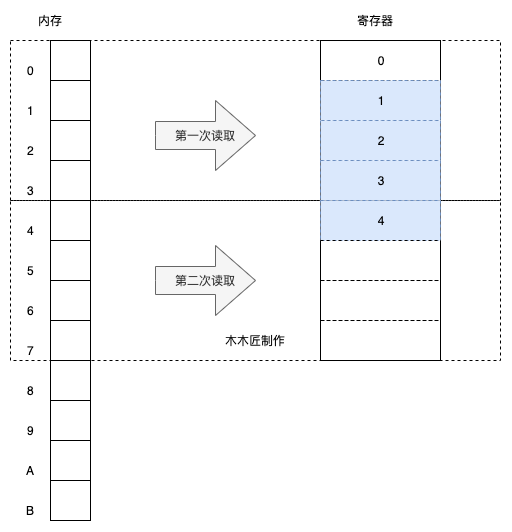
kinglaw1204/blogImage keeps this draw.io diagram as Java对象内存占用/内存对齐-内存读取过程.png. Above is the earlier version. Source tidied: cells renumbered, new cells last; positions are measured from the earlier drawing's top-left corner, leaving out a move shared by most shapes.
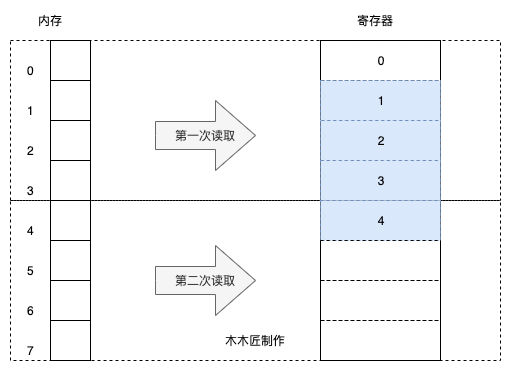
Later version of the same file.

The edit, as a diff of the source:
```diff
@@ -50,30 +50,6 @@
     <mxCell id="17" value="7" style="text;html=1;align=center;verticalAlign=middle;fillColor=none;strokeColor=none;rounded=0;" parent="1" vertex="1">
       <mxGeometry x="10" y="330" width="20" height="20" as="geometry" />
     </mxCell>
-    <mxCell id="18" style="whiteSpace=wrap;html=1;" parent="1" vertex="1">
-      <mxGeometry x="40" y="350" width="40" height="40" as="geometry" />
-    </mxCell>
-    <mxCell id="19" style="whiteSpace=wrap;html=1;" parent="1" vertex="1">
-      <mxGeometry x="40" y="390" width="40" height="40" as="geometry" />
-    </mxCell>
-    <mxCell id="20" style="whiteSpace=wrap;html=1;" parent="1" vertex="1">
-      <mxGeometry x="40" y="430" width="40" height="40" as="geometry" />
-    </mxCell>
-    <mxCell id="21" style="whiteSpace=wrap;html=1;" parent="1" vertex="1">
-      <mxGeometry x="40" y="470" width="40" height="40" as="geometry" />
-    </mxCell>
-    <mxCell id="22" value="8" style="text;html=1;align=center;verticalAlign=middle;fillColor=none;strokeColor=none;rounded=0;" parent="1" vertex="1">
-      <mxGeometry x="10" y="370" width="20" height="20" as="geometry" />
-    </mxCell>
-    <mxCell id="23" value="9" style="text;html=1;align=center;verticalAlign=middle;fillColor=none;strokeColor=none;rounded=0;" parent="1" vertex="1">
-      <mxGeometry x="10" y="410" width="20" height="20" as="geometry" />
-    </mxCell>
-    <mxCell id="24" value="A" style="text;html=1;align=center;verticalAlign=middle;fillColor=none;strokeColor=none;rounded=0;" parent="1" vertex="1">
-      <mxGeometry x="10" y="450" width="20" height="20" as="geometry" />
-    </mxCell>
-    <mxCell id="25" value="B" style="text;html=1;align=center;verticalAlign=middle;fillColor=none;strokeColor=none;rounded=0;" parent="1" vertex="1">
-      <mxGeometry x="10" y="490" width="20" height="20" as="geometry" />
-    </mxCell>
     <mxCell id="26" value="内存" style="text;html=1;align=center;verticalAlign=middle;fillColor=none;strokeColor=none;rounded=0;" parent="1" vertex="1">
       <mxGeometry x="20" width="40" height="20" as="geometry" />
     </mxCell>
```
